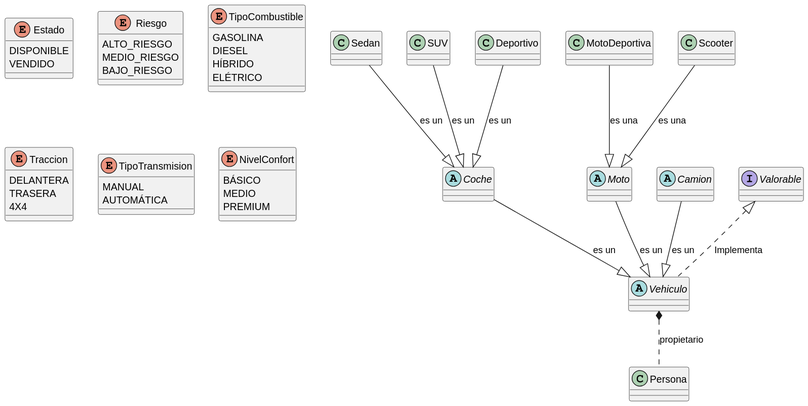
This is uml/diagrama_clases.svg from emgh7453/UT5_ED_Prog, a PlantUML export, as it was before one commit.
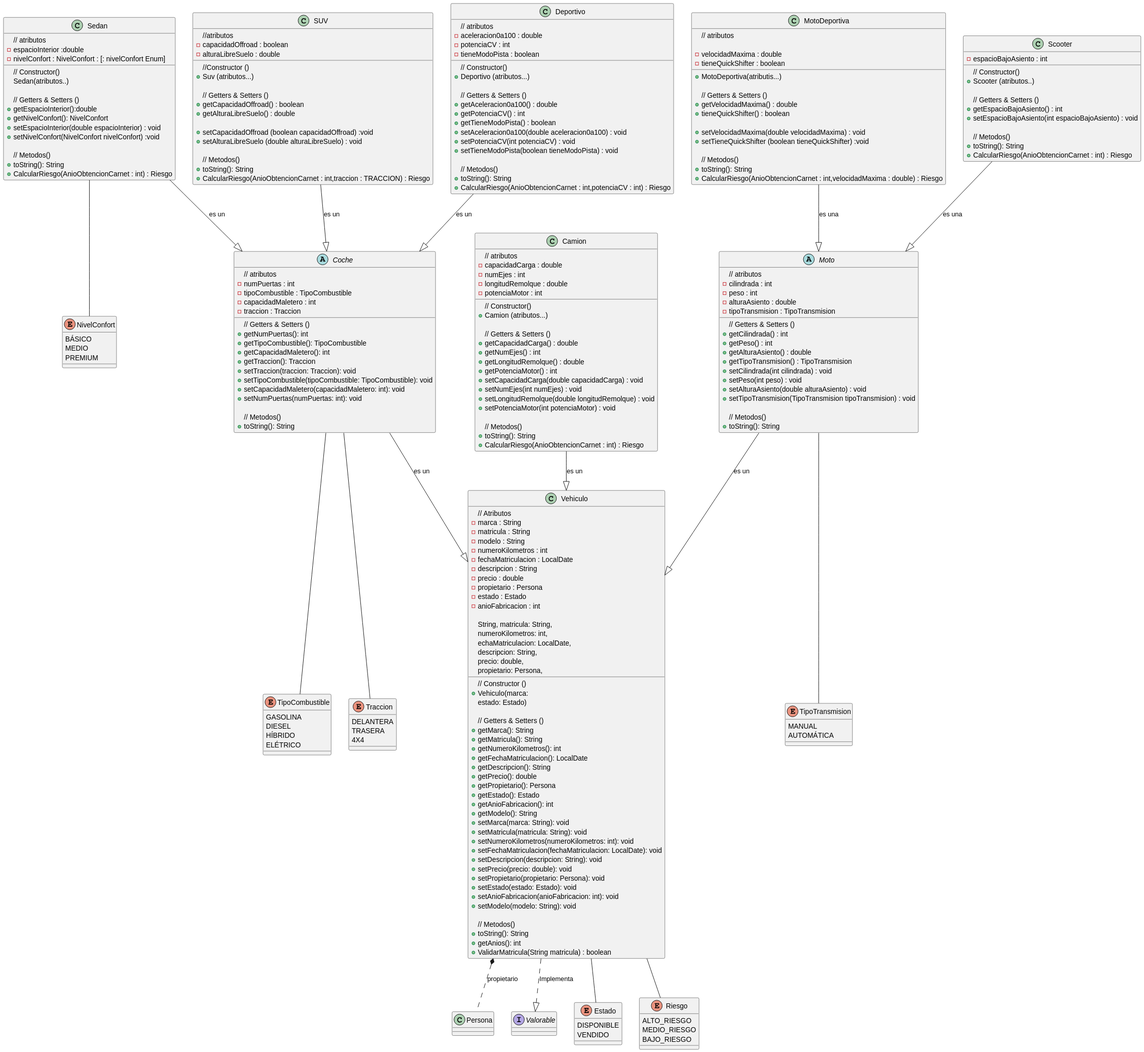
After the commit.

Change to the diagram source:
```diff
@@ -2,7 +2,7 @@
 abstract class Vehiculo.
 abstract class Coche
 abstract class Moto
-abstract class Camion
+class Camion
 class Sedan
 class SUV
 class Deportivo
@@ -11,10 +11,15 @@
 class Persona
 interface Valorable
 
-
+Vehiculo -- Estado
+Vehiculo -- Riesgo
+Moto -- TipoTransmision
+Sedan -- NivelConfort
+Coche -- TipoCombustible
+Coche -- Traccion
 Camion --|> Vehiculo : es un
 Vehiculo *.. Persona : propietario
-Valorable <|.. Vehiculo : Implementa
+Vehiculo ..|> Valorable : Implementa
 Coche --|> Vehiculo : es un
 Sedan --|> Coche : es un
 Deportivo --|> Coche : es un
@@ -57,4 +62,218 @@
 MEDIO
 PREMIUM
 }
+
+class Vehiculo {
+// Atributos
+  - marca : String
+  - matricula : String
+  - modelo : String
+  - numeroKilometros : int
+  - fechaMatriculacion : LocalDate
+  - descripcion : String
+  - precio : double
+  - propietario : Persona
+  - estado : Estado
+  - anioFabricacion : int
+
+// Constructor ()
+  + Vehiculo(marca:
+  String, matricula: String,
+  numeroKilometros: int,
+  echaMatriculacion: LocalDate,
+  descripcion: String,
+  precio: double,
+  propietario: Persona,
+  estado: Estado)
+
+// Getters & Setters ()
+  + getMarca(): String
+  + getMatricula(): String
+  + getNumeroKilometros(): int
+  + getFechaMatriculacion(): LocalDate
+  + getDescripcion(): String
+  + getPrecio(): double
+  + getPropietario(): Persona
+  + getEstado(): Estado
+  + getAnioFabricacion(): int
+  + getModelo(): String
+  + setMarca(marca: String): void
+  + setMatricula(matricula: String): void
+  + setNumeroKilometros(numeroKilometros: int): void
+  + setFechaMatriculacion(fechaMatriculacion: LocalDate): void
+  + setDescripcion(descripcion: String): void
+  + setPrecio(precio: double): void
+  + setPropietario(propietario: Persona): void
+  + setEstado(estado: Estado): void
+  + setAnioFabricacion(anioFabricacion: int): void
+  + setModelo(modelo: String): void
+
+// Metodos()
+  + toString(): String
+  + getAnios(): int
+  + ValidarMatricula(String matricula) : boolean
+}
+class Camion {
+// atributos
+- capacidadCarga : double
+- numEjes : int
+- longitudRemolque : double
+- potenciaMotor : int
+
+// Constructor()
++ Camion (atributos...)
+
+// Getters & Setters ()
++ getCapacidadCarga() : double
++ getNumEjes() : int
++ getLongitudRemolque() : double
++ getPotenciaMotor() : int
++ setCapacidadCarga(double capacidadCarga) : void
++ setNumEjes(int numEjes) : void
++ setLongitudRemolque(double longitudRemolque) : void
++ setPotenciaMotor(int potenciaMotor) : void
+
+// Metodos()
+  + toString(): String
+  + CalcularRiesgo(AnioObtencionCarnet : int) : Riesgo
+}
+
+abstract class Coche{
+// atributos
+- numPuertas : int
+- tipoCombustible : TipoCombustible
+- capacidadMaletero : int
+- traccion : Traccion
+
+// Getters & Setters ()
++ getNumPuertas(): int
++ getTipoCombustible(): TipoCombustible
++ getCapacidadMaletero(): int
++ getTraccion(): Traccion
++ setTraccion(traccion: Traccion): void
++ setTipoCombustible(tipoCombustible: TipoCombustible): void
++ setCapacidadMaletero(capacidadMaletero: int): void
++ setNumPuertas(numPuertas: int): void
+
+// Metodos()
+  + toString(): String
+}
+
+class Deportivo {
+// atributos
+- aceleracion0a100 : double
+- potenciaCV : int
+- tieneModoPista : boolean
+
+// Constructor()
++ Deportivo (atributos...)
+
+// Getters & Setters ()
++ getAceleracion0a100() : double
++ getPotenciaCV() : int
++ getTieneModoPista() : boolean
++ setAceleracion0a100(double aceleracion0a100) : void
++ setPotenciaCV(int potenciaCV) : void
++ setTieneModoPista(boolean tieneModoPista) : void
+
+// Metodos()
++ toString(): String
++ CalcularRiesgo(AnioObtencionCarnet : int,potenciaCV : int) : Riesgo
+}
+
+class Sedan {
+// atributos
+- espacioInterior :double
+- nivelConfort : NivelConfort : [: nivelConfort Enum]
+
+// Constructor()
+Sedan(atributos..)
+
+// Getters & Setters ()
++ getEspacioInterior():double
++ getNivelConfort(): NivelConfort
++ setEspacioInterior(double espacioInterior) : void
++ setNivelConfort(NivelConfort nivelConfort) :void
+
+// Metodos()
++ toString(): String
++ CalcularRiesgo(AnioObtencionCarnet : int) : Riesgo
+}
+
+class SUV {
+//atributos
+- capacidadOffroad : boolean
+- alturaLibreSuelo : double
+
+//Constructor ()
++Suv (atributos...)
+
+// Getters & Setters ()
++ getCapacidadOffroad() : boolean
++ getAlturaLibreSuelo() : double
+
++ setCapacidadOffroad (boolean capacidadOffroad) :void
++ setAlturaLibreSuelo (double alturaLibreSuelo) : void
+
+// Metodos()
++ toString(): String
++ CalcularRiesgo(AnioObtencionCarnet : int,traccion : TRACCION) : Riesgo
+
+}
+
+abstract class Moto{
+// atributos
+- cilindrada : int
+- peso : int
+- alturaAsiento : double
+- tipoTransmision : TipoTransmision
+
+// Getters & Setters ()
++ getCilindrada() : int
++ getPeso() : int
++ getAlturaAsiento() : double
++ getTipoTransmision() : TipoTransmision
++ setCilindrada(int cilindrada) : void
++ setPeso(int peso) : void
++ setAlturaAsiento(double alturaAsiento) : void
++ setTipoTransmision(TipoTransmision tipoTransmision) : void
+
+// Metodos()
+  + toString(): String
+
+}
+
+class MotoDeportiva {
+// atributos
+
+- velocidadMaxima : double
+- tieneQuickShifter : boolean
++ MotoDeportiva(atributis...)
+
+// Getters & Setters ()
++ getVelocidadMaxima() : double
++ tieneQuickShifter() : boolean
+
++ setVelocidadMaxima(double velocidadMaxima) : void
++ setTieneQuickShifter (boolean tieneQuickShifter) :void
+
+// Metodos()
++ toString(): String
++ CalcularRiesgo(AnioObtencionCarnet : int,velocidadMaxima : double) : Riesgo
+}
+
+class Scooter{
+- espacioBajoAsiento : int
+
+// Constructor()
++Scooter (atributos..)
+
+// Getters & Setters ()
++ getEspacioBajoAsiento() : int
++ setEspacioBajoAsiento(int espacioBajoAsiento) : void
+
+// Metodos()
+ + toString(): String
+ + CalcularRiesgo(AnioObtencionCarnet : int) : Riesgo
+}
 @enduml
```
